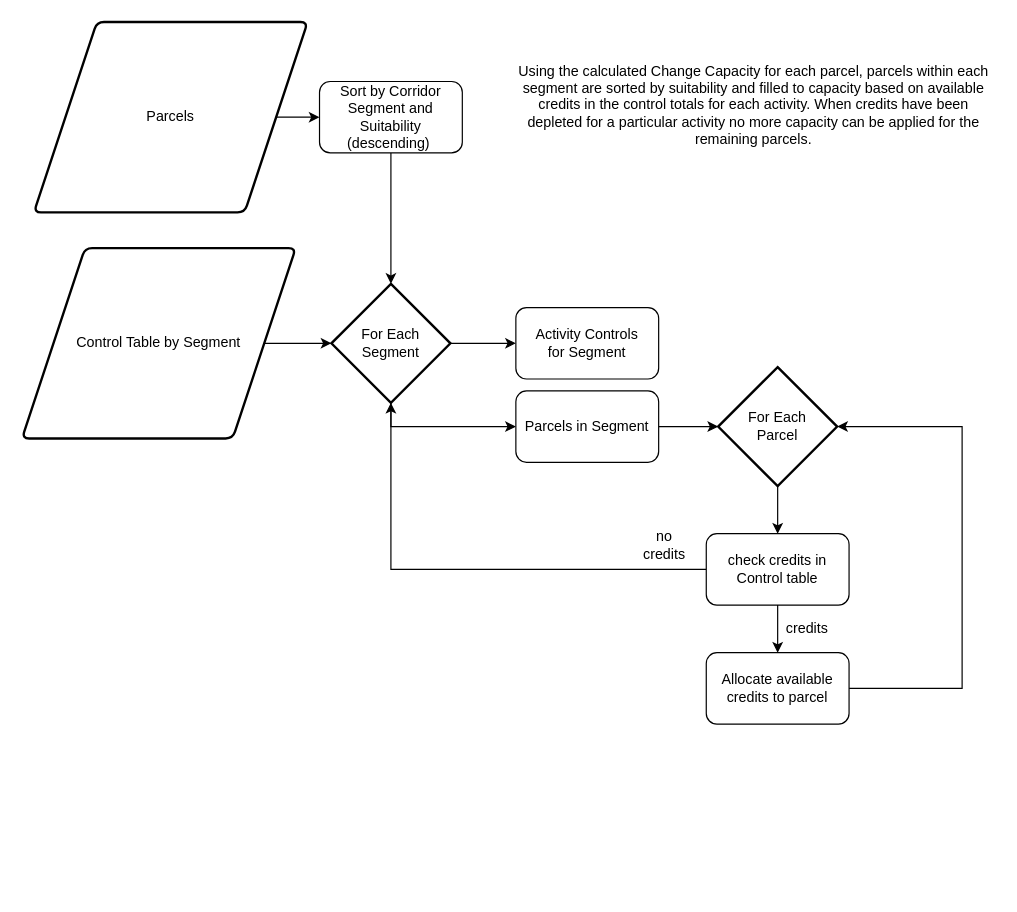
This is page "Allocation" (4 of 4) of AllocationProcess.drawio from renaissanceplanning/LCBRT_TOD, a draw.io file, before an edit. Source tidied: cells renumbered, new cells numbered last; positions are measured from the earlier drawing's top-left corner, leaving out a move shared by most shapes. Both pictures are drawn from the tidied source at 119%, with x=0, y=0 at pixel (21, 21).
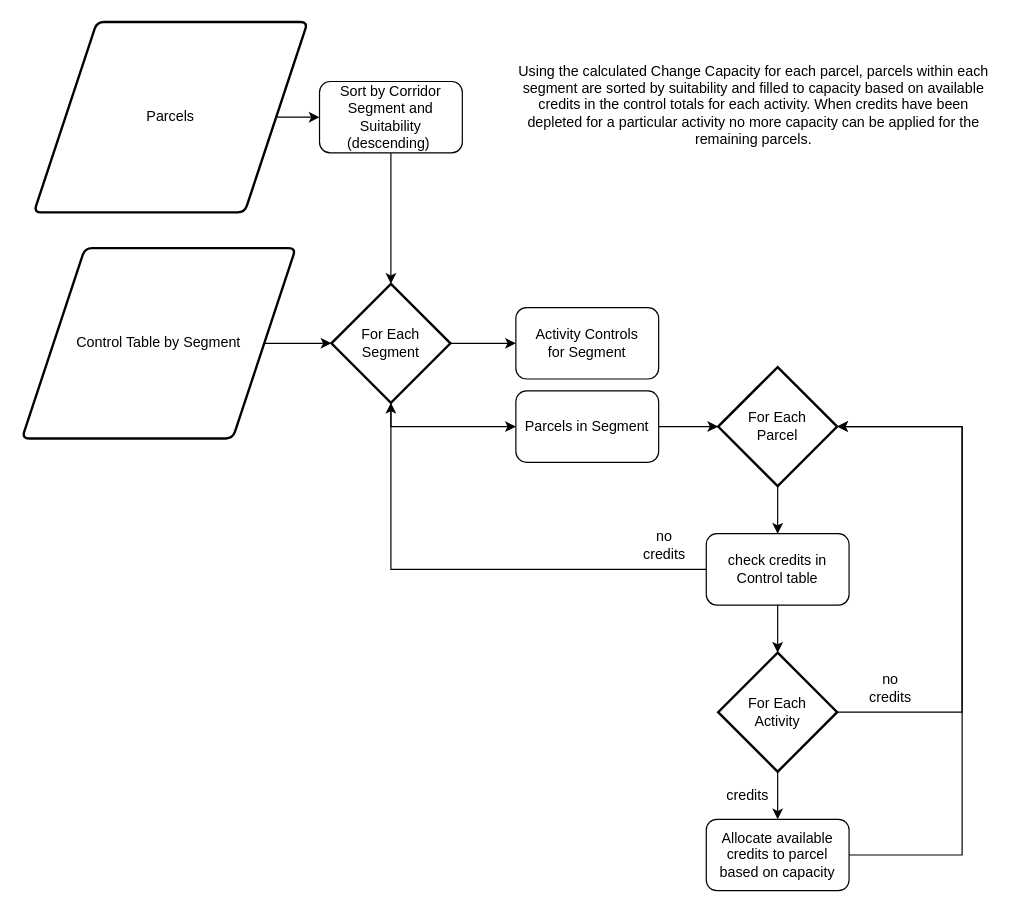
The same page after the edit.

Commit message (it also covers changes not shown here):
update change capacity diagram

Unchanged cells that the change refers to:
```xml
<mxCell id="16" value="For Each&lt;br&gt;Parcel" style="strokeWidth=2;html=1;shape=mxgraph.flowchart.decision;whiteSpace=wrap;" parent="1" vertex="1">
  <mxGeometry x="585" y="290" width="100" height="100" as="geometry" />
</mxCell>
<mxCell id="19" value="check credits in Control table" style="rounded=1;whiteSpace=wrap;html=1;" parent="1" vertex="1">
  <mxGeometry x="575" y="430" width="120" height="60" as="geometry" />
</mxCell>
```

Change to the diagram source:
```diff
@@
-    <mxCell id="17" style="edgeStyle=orthogonalEdgeStyle;rounded=0;jettySize=auto;html=1;entryX=0.5;entryY=0;entryDx=0;entryDy=0;" parent="1" edge="1" source="19" target="21">
+    <mxCell id="17" style="edgeStyle=orthogonalEdgeStyle;rounded=0;jettySize=auto;html=1;entryX=0.5;entryY=0;entryDx=0;entryDy=0;exitX=0.5;exitY=1;exitDx=0;exitDy=0;exitPerimeter=0;" parent="1" edge="1" source="26" target="21">
       <mxGeometry relative="1" as="geometry" />
     </mxCell>
@@
+    <mxCell id="24" style="edgeStyle=orthogonalEdgeStyle;rounded=0;jettySize=auto;html=1;entryX=0.5;entryY=0;entryDx=0;entryDy=0;entryPerimeter=0;" parent="1" edge="1" source="19" target="26">
+      <mxGeometry relative="1" as="geometry" />
+    </mxCell>
@@
-    <mxCell id="20" style="edgeStyle=orthogonalEdgeStyle;rounded=0;jettySize=auto;html=1;entryX=1;entryY=0.5;entryDx=0;entryDy=0;entryPerimeter=0;" parent="1" edge="1" source="21" target="16">
+    <mxCell id="20" style="edgeStyle=orthogonalEdgeStyle;rounded=0;jettySize=auto;html=1;exitX=1;exitY=0.5;exitDx=0;exitDy=0;entryX=1;entryY=0.5;entryDx=0;entryDy=0;entryPerimeter=0;" parent="1" edge="1" source="21" target="16">
       <mxGeometry relative="1" as="geometry">
         <Array as="points">
-          <mxPoint x="790" y="560" />
+          <mxPoint x="790" y="700" />
           <mxPoint x="790" y="340" />
         </Array>
       </mxGeometry>
     </mxCell>
-    <mxCell id="21" value="Allocate available credits to parcel" style="rounded=1;whiteSpace=wrap;html=1;" parent="1" vertex="1">
-      <mxGeometry x="575" y="530" width="120" height="60" as="geometry" />
+    <mxCell id="21" value="Allocate available credits to parcel based on capacity" style="rounded=1;whiteSpace=wrap;html=1;" parent="1" vertex="1">
+      <mxGeometry x="575" y="670" width="120" height="60" as="geometry" />
     </mxCell>
     <mxCell id="22" value="credits" style="text;html=1;strokeColor=none;fillColor=none;align=center;verticalAlign=middle;whiteSpace=wrap;rounded=0;" parent="1" vertex="1">
-      <mxGeometry x="640" y="500" width="40" height="20" as="geometry" />
+      <mxGeometry x="590" y="640" width="40" height="20" as="geometry" />
     </mxCell>
@@
+    <mxCell id="25" style="edgeStyle=orthogonalEdgeStyle;rounded=0;jettySize=auto;html=1;exitX=1;exitY=0.5;exitDx=0;exitDy=0;exitPerimeter=0;entryX=1;entryY=0.5;entryDx=0;entryDy=0;entryPerimeter=0;" parent="1" edge="1" source="26" target="16">
+      <mxGeometry relative="1" as="geometry">
+        <Array as="points">
+          <mxPoint x="790" y="580" />
+          <mxPoint x="790" y="340" />
+        </Array>
+      </mxGeometry>
+    </mxCell>
+    <mxCell id="26" value="For Each&lt;br&gt;Activity" style="strokeWidth=2;html=1;shape=mxgraph.flowchart.decision;whiteSpace=wrap;" parent="1" vertex="1">
+      <mxGeometry x="585" y="530" width="100" height="100" as="geometry" />
+    </mxCell>
+    <mxCell id="27" value="no credits" style="text;html=1;strokeColor=none;fillColor=none;align=center;verticalAlign=middle;whiteSpace=wrap;rounded=0;" parent="1" vertex="1">
+      <mxGeometry x="710" y="550" width="40" height="20" as="geometry" />
+    </mxCell>
```
